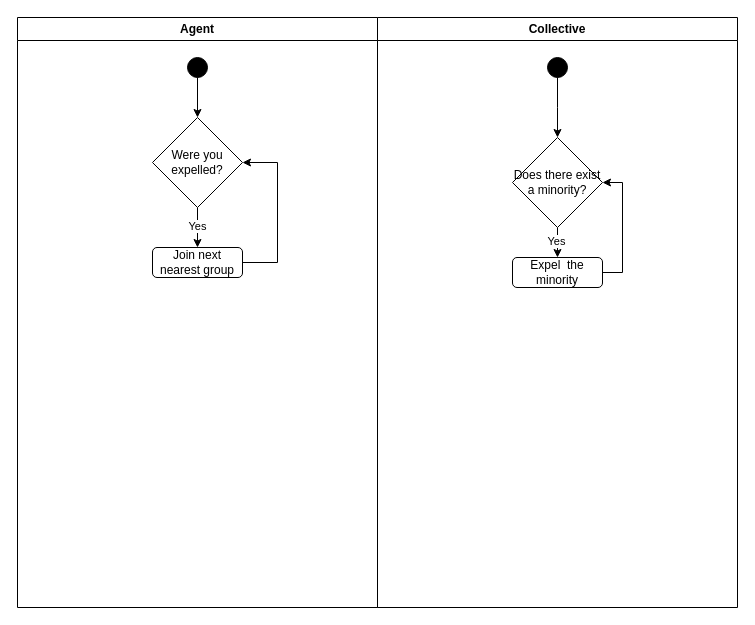
This is ActivityDiagram4thGame.drawio from WonderfulAme/Agent_Based_Game_Modelling, a draw.io file, before an edit. Source tidied: cells renumbered, new cells numbered last; positions are measured from the earlier drawing's top-left corner, leaving out a move shared by most shapes. Both pictures are drawn from the tidied source at 100%, with x=0, y=0 at pixel (17, 17).
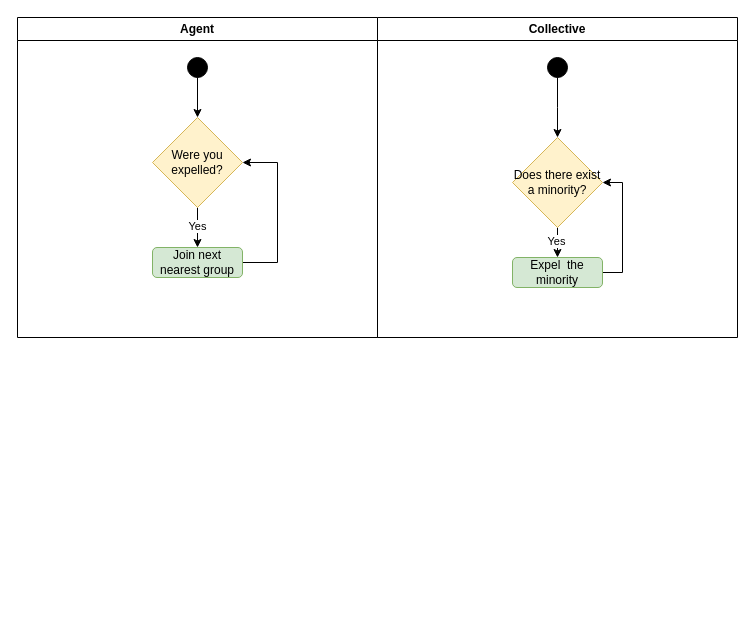
Above is the later version.

What changed in the source:
```diff
@@
     <mxCell id="2" value="Collective" style="swimlane;whiteSpace=wrap;html=1;" parent="1" vertex="1">
-      <mxGeometry x="360" width="360" height="590" as="geometry" />
+      <mxGeometry x="360" width="360" height="320" as="geometry" />
     </mxCell>
@@
-    <mxCell id="7" value="Does there exist a minority?" style="rhombus;whiteSpace=wrap;html=1;" parent="2" vertex="1">
+    <mxCell id="7" value="Does there exist a minority?" style="rhombus;whiteSpace=wrap;html=1;fillColor=#fff2cc;strokeColor=#d6b656;" parent="2" vertex="1">
       <mxGeometry x="135" y="120" width="90" height="90" as="geometry" />
     </mxCell>
@@
-    <mxCell id="9" value="Expel&amp;nbsp; the minority" style="rounded=1;whiteSpace=wrap;html=1;" parent="2" vertex="1">
+    <mxCell id="9" value="Expel&amp;nbsp; the minority" style="rounded=1;whiteSpace=wrap;html=1;fillColor=#d5e8d4;strokeColor=#82b366;" parent="2" vertex="1">
       <mxGeometry x="135" y="240" width="90" height="30" as="geometry" />
     </mxCell>
     <mxCell id="10" value="Agent" style="swimlane;whiteSpace=wrap;html=1;" parent="1" vertex="1">
-      <mxGeometry width="360" height="590" as="geometry" />
+      <mxGeometry width="360" height="320" as="geometry" />
     </mxCell>
@@
-    <mxCell id="15" value="Were you expelled?" style="rhombus;whiteSpace=wrap;html=1;" parent="10" vertex="1">
+    <mxCell id="15" value="Were you expelled?" style="rhombus;whiteSpace=wrap;html=1;fillColor=#fff2cc;strokeColor=#d6b656;" parent="10" vertex="1">
       <mxGeometry x="135" y="100" width="90" height="90" as="geometry" />
     </mxCell>
@@
-    <mxCell id="17" value="Join next nearest group" style="rounded=1;whiteSpace=wrap;html=1;" parent="10" vertex="1">
+    <mxCell id="17" value="Join next nearest group" style="rounded=1;whiteSpace=wrap;html=1;fillColor=#d5e8d4;strokeColor=#82b366;" parent="10" vertex="1">
       <mxGeometry x="135" y="230" width="90" height="30" as="geometry" />
     </mxCell>
```
